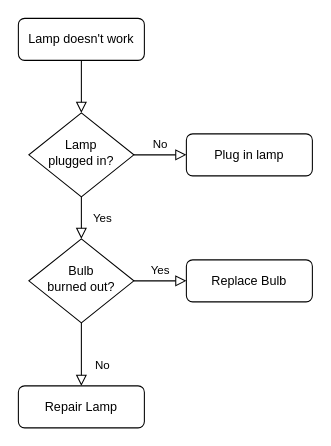
Earlier version of the draw.io diagram lesson1/Burger Flowchart Diagram.drawio (IvanRedmanArkhipov/oop). Source tidied: cells renumbered, new cells numbered last; positions are measured from the earlier drawing's top-left corner, leaving out a move shared by most shapes. Both pictures are drawn from the tidied source at 105%, with x=0, y=0 at pixel (18, 18).
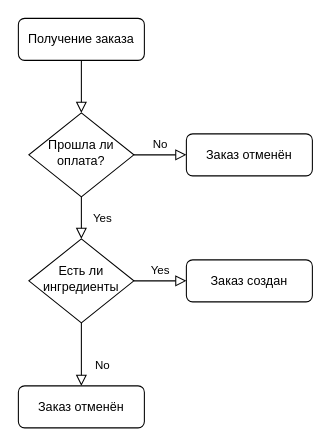
The same diagram, later.

Change to the diagram source:
```diff
@@
 <mxGraphModel>
   <root>
     <mxCell id="0" />
     <mxCell id="1" parent="0" />
     <mxCell id="2" style="rounded=0;html=1;jettySize=auto;fontSize=11;endArrow=block;endFill=0;endSize=8;strokeWidth=1;shadow=0;labelBackgroundColor=none;edgeStyle=orthogonalEdgeStyle;" parent="1" edge="1" source="3" target="6">
       <mxGeometry relative="1" as="geometry" />
     </mxCell>
-    <mxCell id="3" value="Lamp doesn't work" style="rounded=1;whiteSpace=wrap;html=1;fontSize=12;glass=0;strokeWidth=1;shadow=0;" parent="1" vertex="1">
+    <mxCell id="3" value="Получение заказа" style="rounded=1;whiteSpace=wrap;html=1;fontSize=12;glass=0;strokeWidth=1;shadow=0;" parent="1" vertex="1">
       <mxGeometry width="120" height="40" as="geometry" />
     </mxCell>
     <mxCell id="4" value="Yes" style="rounded=0;html=1;jettySize=auto;fontSize=11;endArrow=block;endFill=0;endSize=8;strokeWidth=1;shadow=0;labelBackgroundColor=none;edgeStyle=orthogonalEdgeStyle;" parent="1" edge="1" source="6" target="10">
       <mxGeometry y="20" relative="1" as="geometry" />
     </mxCell>
     <mxCell id="5" value="No" style="edgeStyle=orthogonalEdgeStyle;rounded=0;html=1;jettySize=auto;fontSize=11;endArrow=block;endFill=0;endSize=8;strokeWidth=1;shadow=0;labelBackgroundColor=none;" parent="1" edge="1" source="6" target="7">
       <mxGeometry y="10" relative="1" as="geometry" />
     </mxCell>
-    <mxCell id="6" value="Lamp&lt;br&gt;plugged in?" style="rhombus;whiteSpace=wrap;html=1;shadow=0;fontFamily=Helvetica;fontSize=12;align=center;strokeWidth=1;spacing=6;spacingTop=-4;" parent="1" vertex="1">
+    <mxCell id="6" value="Прошла ли оплата?" style="rhombus;whiteSpace=wrap;html=1;shadow=0;fontFamily=Helvetica;fontSize=12;align=center;strokeWidth=1;spacing=6;spacingTop=-4;" parent="1" vertex="1">
       <mxGeometry x="10" y="90" width="100" height="80" as="geometry" />
     </mxCell>
-    <mxCell id="7" value="Plug in lamp" style="rounded=1;whiteSpace=wrap;html=1;fontSize=12;glass=0;strokeWidth=1;shadow=0;" parent="1" vertex="1">
+    <mxCell id="7" value="Заказ отменён" style="rounded=1;whiteSpace=wrap;html=1;fontSize=12;glass=0;strokeWidth=1;shadow=0;" parent="1" vertex="1">
       <mxGeometry x="160" y="110" width="120" height="40" as="geometry" />
     </mxCell>
     <mxCell id="8" value="No" style="rounded=0;html=1;jettySize=auto;fontSize=11;endArrow=block;endFill=0;endSize=8;strokeWidth=1;shadow=0;labelBackgroundColor=none;edgeStyle=orthogonalEdgeStyle;" parent="1" edge="1" source="10" target="11">
       <mxGeometry x="0.33" y="20" relative="1" as="geometry" />
     </mxCell>
     <mxCell id="9" value="Yes" style="edgeStyle=orthogonalEdgeStyle;rounded=0;html=1;jettySize=auto;fontSize=11;endArrow=block;endFill=0;endSize=8;strokeWidth=1;shadow=0;labelBackgroundColor=none;" parent="1" edge="1" source="10" target="12">
       <mxGeometry y="10" relative="1" as="geometry" />
     </mxCell>
-    <mxCell id="10" value="Bulb&lt;br&gt;burned out?" style="rhombus;whiteSpace=wrap;html=1;shadow=0;fontFamily=Helvetica;fontSize=12;align=center;strokeWidth=1;spacing=6;spacingTop=-4;" parent="1" vertex="1">
+    <mxCell id="10" value="Есть ли ингредиенты" style="rhombus;whiteSpace=wrap;html=1;shadow=0;fontFamily=Helvetica;fontSize=12;align=center;strokeWidth=1;spacing=6;spacingTop=-4;" parent="1" vertex="1">
       <mxGeometry x="10" y="210" width="100" height="80" as="geometry" />
     </mxCell>
-    <mxCell id="11" value="Repair Lamp" style="rounded=1;whiteSpace=wrap;html=1;fontSize=12;glass=0;strokeWidth=1;shadow=0;" parent="1" vertex="1">
+    <mxCell id="11" value="Заказ отменён" style="rounded=1;whiteSpace=wrap;html=1;fontSize=12;glass=0;strokeWidth=1;shadow=0;" parent="1" vertex="1">
       <mxGeometry y="350" width="120" height="40" as="geometry" />
     </mxCell>
-    <mxCell id="12" value="Replace Bulb" style="rounded=1;whiteSpace=wrap;html=1;fontSize=12;glass=0;strokeWidth=1;shadow=0;" parent="1" vertex="1">
+    <mxCell id="12" value="Заказ создан" style="rounded=1;whiteSpace=wrap;html=1;fontSize=12;glass=0;strokeWidth=1;shadow=0;" parent="1" vertex="1">
       <mxGeometry x="160" y="230" width="120" height="40" as="geometry" />
     </mxCell>
   </root>
 </mxGraphModel>
```
